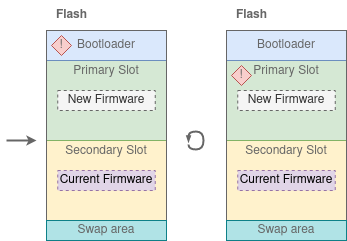
Before: .images/after_swap.png, a diagram exported from draw.io (hellesvik-nordic/samples_for_nrf_connect_sdk). Source tidied: cells renumbered, new cells last; positions are measured from the earlier drawing's top-left corner, leaving out a move shared by most shapes.
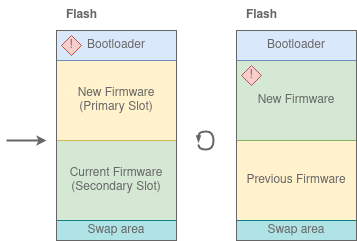
Above is the later version.

The edit, as a diff of the source:
```diff
@@ -4,75 +4,63 @@
     <mxCell id="1" parent="0" />
     <mxCell id="2" style="endArrow=classic;html=1;rounded=0;strokeColor=#666666;strokeWidth=2;fontColor=#666666;startSize=3;endSize=4;" parent="1" edge="1">
       <mxGeometry relative="1" as="geometry">
-        <mxPoint y="140" as="sourcePoint" />
+        <mxPoint x="-10" y="140" as="sourcePoint" />
         <mxPoint x="30" y="140" as="targetPoint" />
       </mxGeometry>
     </mxCell>
-    <mxCell id="3" value="Secondary Slot&lt;br&gt;&lt;div&gt;&lt;br&gt;&lt;/div&gt;&lt;div&gt;&lt;br&gt;&lt;/div&gt;&lt;div&gt;&lt;br&gt;&lt;/div&gt;&lt;div&gt;&lt;br&gt;&lt;/div&gt;" style="rounded=0;whiteSpace=wrap;html=1;fillColor=#fff2cc;strokeColor=#d6b656;fontColor=#666666;" parent="1" vertex="1">
+    <mxCell id="3" value="Current Firmware&lt;br&gt;(Secondary Slot)" style="rounded=0;whiteSpace=wrap;html=1;fillColor=#d5e8d4;strokeColor=#82b366;fontColor=#666666;" parent="1" vertex="1">
       <mxGeometry x="40" y="140" width="120" height="80" as="geometry" />
     </mxCell>
-    <mxCell id="4" value="Primary Slot&lt;br&gt;&lt;br&gt;&lt;div&gt;&lt;br&gt;&lt;/div&gt;&lt;div&gt;&lt;br&gt;&lt;/div&gt;&lt;br&gt;" style="rounded=0;whiteSpace=wrap;html=1;fillColor=#d5e8d4;strokeColor=#82b366;fontColor=#666666;" parent="1" vertex="1">
+    <mxCell id="4" value="New Firmware&lt;br&gt;(Primary Slot)" style="rounded=0;whiteSpace=wrap;html=1;fillColor=#fff2cc;strokeColor=#d6b656;fontColor=#666666;" parent="1" vertex="1">
       <mxGeometry x="40" y="60" width="120" height="80" as="geometry" />
     </mxCell>
     <mxCell id="5" value="Bootloader" style="rounded=0;whiteSpace=wrap;html=1;strokeWidth=1;fillColor=#dae8fc;strokeColor=#6c8ebf;fontColor=#666666;" parent="1" vertex="1">
       <mxGeometry x="40" y="30" width="120" height="30" as="geometry" />
     </mxCell>
-    <mxCell id="6" style="rounded=0;whiteSpace=wrap;html=1;fillColor=none;fontColor=#666666;strokeColor=#666666;" parent="1" vertex="1">
-      <mxGeometry x="40" y="30" width="120" height="210" as="geometry" />
+    <mxCell id="6" value="!" style="rhombus;whiteSpace=wrap;html=1;fillColor=#f8cecc;strokeColor=#b85450;fontColor=#666666;" parent="1" vertex="1">
+      <mxGeometry x="45" y="35" width="20" height="20" as="geometry" />
     </mxCell>
-    <mxCell id="7" value="New Firmware" style="rounded=0;whiteSpace=wrap;html=1;dashed=1;fillColor=#f5f5f5;strokeColor=#666666;fontColor=#333333;" parent="1" vertex="1">
-      <mxGeometry x="51.2" y="90" width="97.5" height="20" as="geometry" />
+    <mxCell id="7" value="Swap area" style="rounded=0;whiteSpace=wrap;html=1;fillColor=#b0e3e6;strokeColor=#0e8088;fontColor=#666666;" parent="1" vertex="1">
+      <mxGeometry x="40" y="220" width="120" height="20" as="geometry" />
     </mxCell>
-    <mxCell id="8" value="Current Firmware" style="rounded=0;whiteSpace=wrap;html=1;dashed=1;fillColor=#e1d5e7;strokeColor=#9673a6;" parent="1" vertex="1">
-      <mxGeometry x="51.2" y="170" width="97.5" height="20" as="geometry" />
+    <mxCell id="8" style="endArrow=blockThin;html=1;rounded=0;strokeColor=#666666;fontColor=#000000;edgeStyle=orthogonalEdgeStyle;curved=1;endSize=2;startSize=3;strokeWidth=2;endFill=1;" parent="1" edge="1">
+      <mxGeometry relative="1" as="geometry">
+        <mxPoint x="182" y="144" as="sourcePoint" />
+        <mxPoint x="182" y="142" as="targetPoint" />
+        <Array as="points">
+          <mxPoint x="182" y="149" />
+          <mxPoint x="197" y="149" />
+          <mxPoint x="197" y="131" />
+          <mxPoint x="182" y="131" />
+        </Array>
+      </mxGeometry>
     </mxCell>
-    <mxCell id="9" value="!" style="rhombus;whiteSpace=wrap;html=1;fillColor=#f8cecc;strokeColor=#b85450;fontColor=#666666;" parent="1" vertex="1">
-      <mxGeometry x="45" y="35" width="20" height="20" as="geometry" />
+    <mxCell id="9" value="Previous Firmware" style="rounded=0;whiteSpace=wrap;html=1;fillColor=#fff2cc;strokeColor=#d6b656;fontColor=#666666;" parent="1" vertex="1">
+      <mxGeometry x="220" y="140" width="120" height="80" as="geometry" />
     </mxCell>
-    <mxCell id="10" value="Swap area" style="rounded=0;whiteSpace=wrap;html=1;fillColor=#b0e3e6;strokeColor=#0e8088;fontColor=#666666;" parent="1" vertex="1">
-      <mxGeometry x="40" y="220" width="120" height="20" as="geometry" />
+    <mxCell id="10" value="New Firmware" style="rounded=0;whiteSpace=wrap;html=1;fillColor=#d5e8d4;strokeColor=#82b366;fontColor=#666666;" parent="1" vertex="1">
+      <mxGeometry x="220" y="60" width="120" height="80" as="geometry" />
     </mxCell>
-    <mxCell id="11" style="endArrow=blockThin;html=1;rounded=0;strokeColor=#666666;fontColor=#000000;edgeStyle=orthogonalEdgeStyle;curved=1;endSize=2;startSize=3;strokeWidth=2;endFill=1;" parent="1" edge="1">
-      <mxGeometry relative="1" as="geometry">
-        <mxPoint x="182" y="144" as="sourcePoint" />
-        <mxPoint x="182" y="142" as="targetPoint" />
-        <Array as="points">
-          <mxPoint x="182" y="149" />
-          <mxPoint x="197" y="149" />
-          <mxPoint x="197" y="131" />
-          <mxPoint x="182" y="131" />
-        </Array>
-      </mxGeometry>
+    <mxCell id="11" value="Bootloader" style="rounded=0;whiteSpace=wrap;html=1;strokeWidth=1;fillColor=#dae8fc;strokeColor=#6c8ebf;fontColor=#666666;" parent="1" vertex="1">
+      <mxGeometry x="220" y="30" width="120" height="30" as="geometry" />
     </mxCell>
-    <mxCell id="12" value="Secondary Slot&lt;br&gt;&lt;div&gt;&lt;br&gt;&lt;/div&gt;&lt;div&gt;&lt;br&gt;&lt;/div&gt;&lt;div&gt;&lt;br&gt;&lt;/div&gt;&lt;div&gt;&lt;br&gt;&lt;/div&gt;" style="rounded=0;whiteSpace=wrap;html=1;fillColor=#fff2cc;strokeColor=#d6b656;fontColor=#666666;" parent="1" vertex="1">
-      <mxGeometry x="220" y="140" width="120" height="80" as="geometry" />
+    <mxCell id="12" value="!" style="rhombus;whiteSpace=wrap;html=1;fillColor=#f8cecc;strokeColor=#b85450;fontColor=#666666;" parent="1" vertex="1">
+      <mxGeometry x="225" y="65" width="20" height="20" as="geometry" />
     </mxCell>
-    <mxCell id="13" value="Primary Slot&lt;br&gt;&lt;br&gt;&lt;div&gt;&lt;br&gt;&lt;/div&gt;&lt;div&gt;&lt;br&gt;&lt;/div&gt;&lt;br&gt;" style="rounded=0;whiteSpace=wrap;html=1;fillColor=#d5e8d4;strokeColor=#82b366;fontColor=#666666;" parent="1" vertex="1">
-      <mxGeometry x="220" y="60" width="120" height="80" as="geometry" />
+    <mxCell id="13" value="Swap area" style="rounded=0;whiteSpace=wrap;html=1;fillColor=#b0e3e6;strokeColor=#0e8088;fontColor=#666666;" parent="1" vertex="1">
+      <mxGeometry x="220" y="220" width="120" height="20" as="geometry" />
     </mxCell>
-    <mxCell id="14" value="Bootloader" style="rounded=0;whiteSpace=wrap;html=1;strokeWidth=1;fillColor=#dae8fc;strokeColor=#6c8ebf;fontColor=#666666;" parent="1" vertex="1">
-      <mxGeometry x="220" y="30" width="120" height="30" as="geometry" />
+    <mxCell id="14" value="&lt;b&gt;Flash&lt;/b&gt;" style="text;html=1;align=center;verticalAlign=middle;strokeColor=none;fillColor=none;fontColor=#666666;" parent="1" vertex="1">
+      <mxGeometry x="40" width="50" height="30" as="geometry" />
     </mxCell>
-    <mxCell id="15" style="rounded=0;whiteSpace=wrap;html=1;fillColor=none;fontColor=#666666;strokeColor=#666666;" parent="1" vertex="1">
-      <mxGeometry x="220" y="30" width="120" height="210" as="geometry" />
+    <mxCell id="15" value="&lt;b&gt;Flash&lt;/b&gt;" style="text;html=1;align=center;verticalAlign=middle;strokeColor=none;fillColor=none;fontColor=#666666;" parent="1" vertex="1">
+      <mxGeometry x="220" width="50" height="30" as="geometry" />
     </mxCell>
-    <mxCell id="16" value="New Firmware" style="rounded=0;whiteSpace=wrap;html=1;dashed=1;fillColor=#f5f5f5;strokeColor=#666666;fontColor=#333333;" parent="1" vertex="1">
-      <mxGeometry x="231.2" y="90" width="97.5" height="20" as="geometry" />
+    <mxCell id="16" style="rounded=0;whiteSpace=wrap;html=1;fillColor=none;fontColor=#666666;strokeColor=#666666;" parent="1" vertex="1">
+      <mxGeometry x="40" y="30" width="120" height="210" as="geometry" />
     </mxCell>
-    <mxCell id="17" value="Current Firmware" style="rounded=0;whiteSpace=wrap;html=1;dashed=1;fillColor=#e1d5e7;strokeColor=#9673a6;" parent="1" vertex="1">
-      <mxGeometry x="231.2" y="170" width="97.5" height="20" as="geometry" />
+    <mxCell id="17" style="rounded=0;whiteSpace=wrap;html=1;fillColor=none;fontColor=#666666;strokeColor=#666666;" parent="1" vertex="1">
+      <mxGeometry x="220" y="30" width="120" height="210" as="geometry" />
     </mxCell>
-    <mxCell id="18" value="!" style="rhombus;whiteSpace=wrap;html=1;fillColor=#f8cecc;strokeColor=#b85450;fontColor=#666666;" parent="1" vertex="1">
-      <mxGeometry x="225" y="65" width="20" height="20" as="geometry" />
-    </mxCell>
-    <mxCell id="19" value="Swap area" style="rounded=0;whiteSpace=wrap;html=1;fillColor=#b0e3e6;strokeColor=#0e8088;fontColor=#666666;" parent="1" vertex="1">
-      <mxGeometry x="220" y="220" width="120" height="20" as="geometry" />
-    </mxCell>
-    <mxCell id="20" value="&lt;b&gt;Flash&lt;/b&gt;" style="text;html=1;align=center;verticalAlign=middle;strokeColor=none;fillColor=none;fontColor=#666666;" parent="1" vertex="1">
-      <mxGeometry x="40" width="50" height="30" as="geometry" />
-    </mxCell>
-    <mxCell id="21" value="&lt;b&gt;Flash&lt;/b&gt;" style="text;html=1;align=center;verticalAlign=middle;strokeColor=none;fillColor=none;fontColor=#666666;" parent="1" vertex="1">
-      <mxGeometry x="220" width="50" height="30" as="geometry" />
-    </mxCell>
   </root>
 </mxGraphModel>
```
